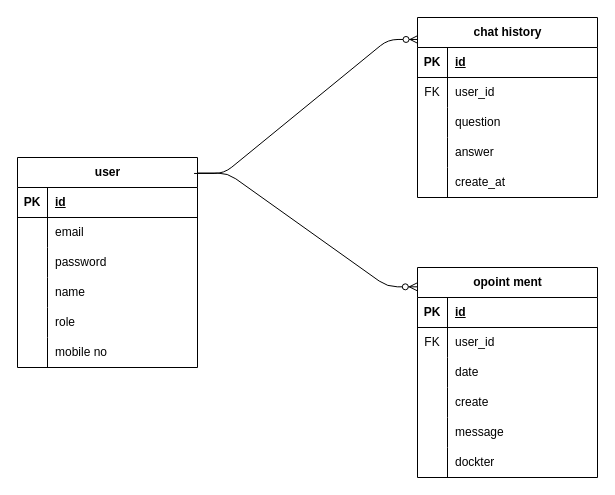
Before: db_design.drawio in muzammil1244/supportAI-0.0, a draw.io diagram. Source tidied: cells renumbered, new cells numbered last; positions are measured from the earlier drawing's top-left corner, leaving out a move shared by most shapes. Both pictures are drawn from the tidied source at 100%, with x=0, y=0 at pixel (17, 17).
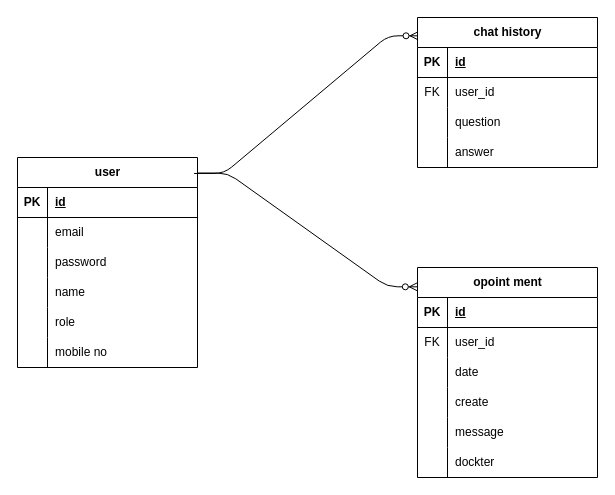
The same page after the edit.

Diff of the diagram source:
```diff
@@
     <mxCell id="21" value="chat history" style="shape=table;startSize=30;childLayout=tableLayout;rowLines=0;fontStyle=1;align=center;html=1;" parent="1" vertex="1">
-      <mxGeometry x="400" width="180" height="180" as="geometry" />
+      <mxGeometry x="400" width="180" height="150" as="geometry" />
     </mxCell>
@@
-    <mxCell id="34" style="shape=tableRow;horizontal=0;startSize=0;swimlaneHead=0;swimlaneBody=0;fillColor=none;top=0;left=0;right=0;bottom=0;" parent="21" vertex="1">
-      <mxGeometry y="150" width="180" height="30" as="geometry" />
-    </mxCell>
-    <mxCell id="35" style="shape=partialRectangle;fillColor=none;top=0;left=0;bottom=0;right=0;overflow=hidden;whiteSpace=wrap;html=1;" parent="34" vertex="1">
-      <mxGeometry width="30" height="30" as="geometry" />
-    </mxCell>
-    <mxCell id="36" value="create_at" style="shape=partialRectangle;fillColor=none;top=0;left=0;bottom=0;right=0;align=left;spacingLeft=6;overflow=hidden;whiteSpace=wrap;html=1;" parent="34" vertex="1">
-      <mxGeometry x="30" width="150" height="30" as="geometry" />
-    </mxCell>
```
